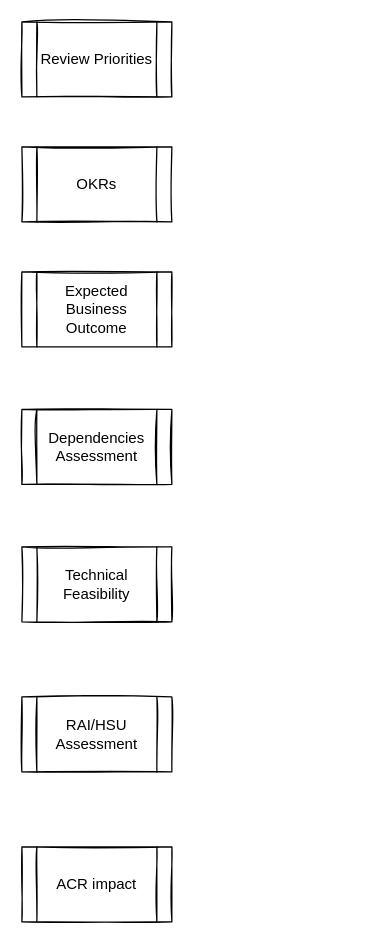
sebastiano-fuccio/ABB-Partership keeps this draw.io diagram as page "Triage Steps" (2 of 5) of HRU Process.drawio. Above is the earlier version. Source tidied: cells renumbered, new cells numbered last; positions are measured from the earlier drawing's top-left corner, leaving out a move shared by most shapes. Both pictures are drawn from the tidied source at 125%, with x=0, y=0 at pixel (21, 21).
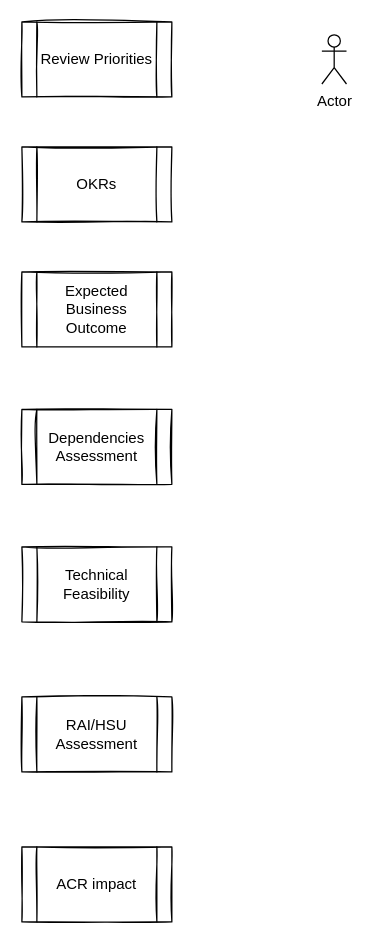
The same page after the edit.

The edit, as a diff of the source:
```diff
@@
 <mxGraphModel>
   <root>
     <mxCell id="0" />
     <mxCell id="1" parent="0" />
     <mxCell id="2" value="Review Priorities" style="shape=process;whiteSpace=wrap;html=1;backgroundOutline=1;sketch=1;" parent="1" vertex="1">
       <mxGeometry width="120" height="60" as="geometry" />
     </mxCell>
     <mxCell id="3" value="OKRs" style="shape=process;whiteSpace=wrap;html=1;backgroundOutline=1;sketch=1;" parent="1" vertex="1">
       <mxGeometry y="100" width="120" height="60" as="geometry" />
     </mxCell>
     <mxCell id="4" value="Expected Business Outcome" style="shape=process;whiteSpace=wrap;html=1;backgroundOutline=1;sketch=1;" parent="1" vertex="1">
       <mxGeometry y="200" width="120" height="60" as="geometry" />
     </mxCell>
     <mxCell id="5" value="Dependencies Assessment" style="shape=process;whiteSpace=wrap;html=1;backgroundOutline=1;sketch=1;" parent="1" vertex="1">
       <mxGeometry y="310" width="120" height="60" as="geometry" />
     </mxCell>
     <mxCell id="6" value="Technical Feasibility" style="shape=process;whiteSpace=wrap;html=1;backgroundOutline=1;sketch=1;" parent="1" vertex="1">
       <mxGeometry y="420" width="120" height="60" as="geometry" />
     </mxCell>
     <mxCell id="7" value="RAI/HSU Assessment" style="shape=process;whiteSpace=wrap;html=1;backgroundOutline=1;sketch=1;" parent="1" vertex="1">
       <mxGeometry y="540" width="120" height="60" as="geometry" />
     </mxCell>
     <mxCell id="8" value="ACR impact" style="shape=process;whiteSpace=wrap;html=1;backgroundOutline=1;sketch=1;" parent="1" vertex="1">
       <mxGeometry y="660" width="120" height="60" as="geometry" />
     </mxCell>
+    <mxCell id="9" value="Actor" style="shape=umlActor;verticalLabelPosition=bottom;verticalAlign=top;html=1;" parent="1" vertex="1">
+      <mxGeometry x="240" y="10.3" width="19.7" height="39.4" as="geometry" />
+    </mxCell>
   </root>
 </mxGraphModel>
```
